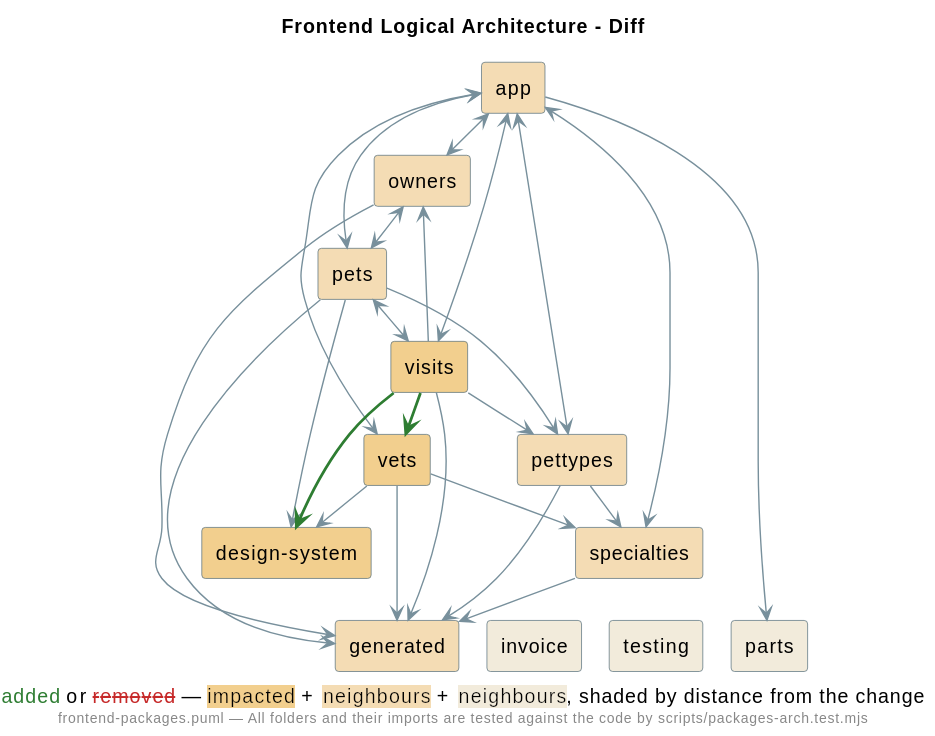
The PlantUML diagram demo/demo/assets/diagrams/petclinic-frontend_docs_frontend-packages.diff.svg in victorrentea/human-review, before a commit.
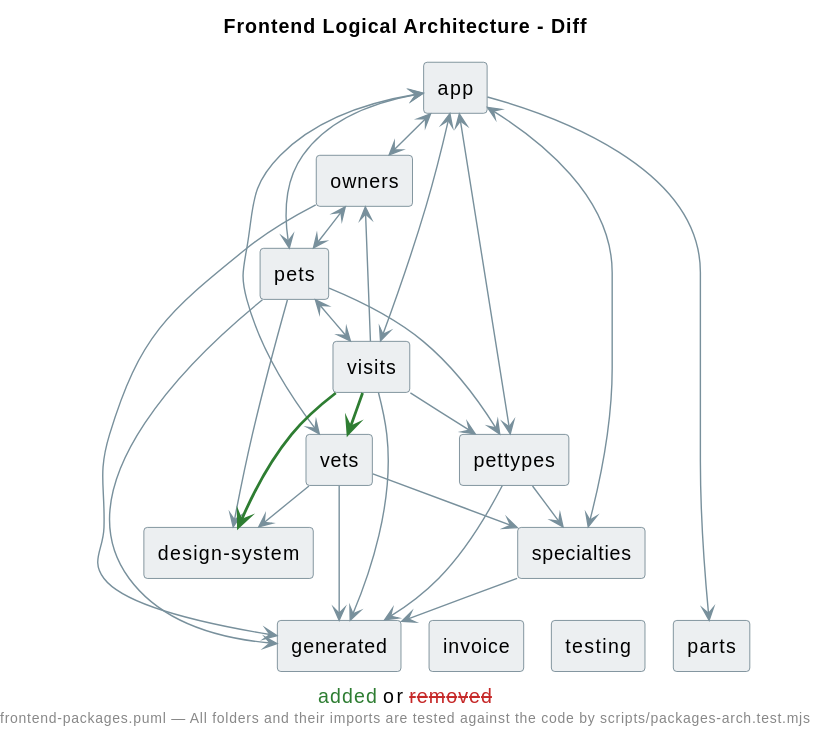
The same file after the commit.

Change to the diagram source:
```diff
@@ -1,5 +1,5 @@
 @startuml
-caption <color:#2E7D32>added</color> or <color:#C62828><s>removed</s></color> — <back:#F2CF8E><color:#000000>impacted</color></back> + <back:#F4DCB4><color:#000000>neighbours</color></back> + <back:#F2EBDB><color:#000000>neighbours</color></back>, shaded by distance from the change
+caption <color:#2E7D32>added</color> or <color:#C62828><s>removed</s></color>
 
 title Frontend Logical Architecture - Diff
 footer frontend-packages.puml — All folders and their imports are tested against the code by scripts/packages-arch.test.mjs
@@ -18,18 +18,18 @@
   LineColor #78909C
 }
 </style>
-[app] <<src/app>> #back:F4DCB4
-[owners] <<src/app/owners>> #back:F4DCB4
-[vets] <<src/app/vets>> #back:F2CF8E
-[pets] <<src/app/pets>> #back:F4DCB4
-[visits] <<src/app/visits>> #back:F2CF8E
-[pettypes] <<src/app/pettypes>> #back:F4DCB4
-[specialties] <<src/app/specialties>> #back:F4DCB4
-[parts] <<src/app/parts>> #back:F2EBDB
-[invoice] <<src/app/invoice>> #back:F2EBDB
-[design-system] <<src/app/design-system>> #back:F2CF8E
-[generated] <<src/app/generated>> #back:F4DCB4
-[testing] <<src/app/testing>> #back:F2EBDB
+[app] <<src/app>>
+[owners] <<src/app/owners>>
+[vets] <<src/app/vets>>
+[pets] <<src/app/pets>>
+[visits] <<src/app/visits>>
+[pettypes] <<src/app/pettypes>>
+[specialties] <<src/app/specialties>>
+[parts] <<src/app/parts>>
+[invoice] <<src/app/invoice>>
+[design-system] <<src/app/design-system>>
+[generated] <<src/app/generated>>
+[testing] <<src/app/testing>>
 
 [app] <--> [owners]
 [app] <--> [pets]
```
